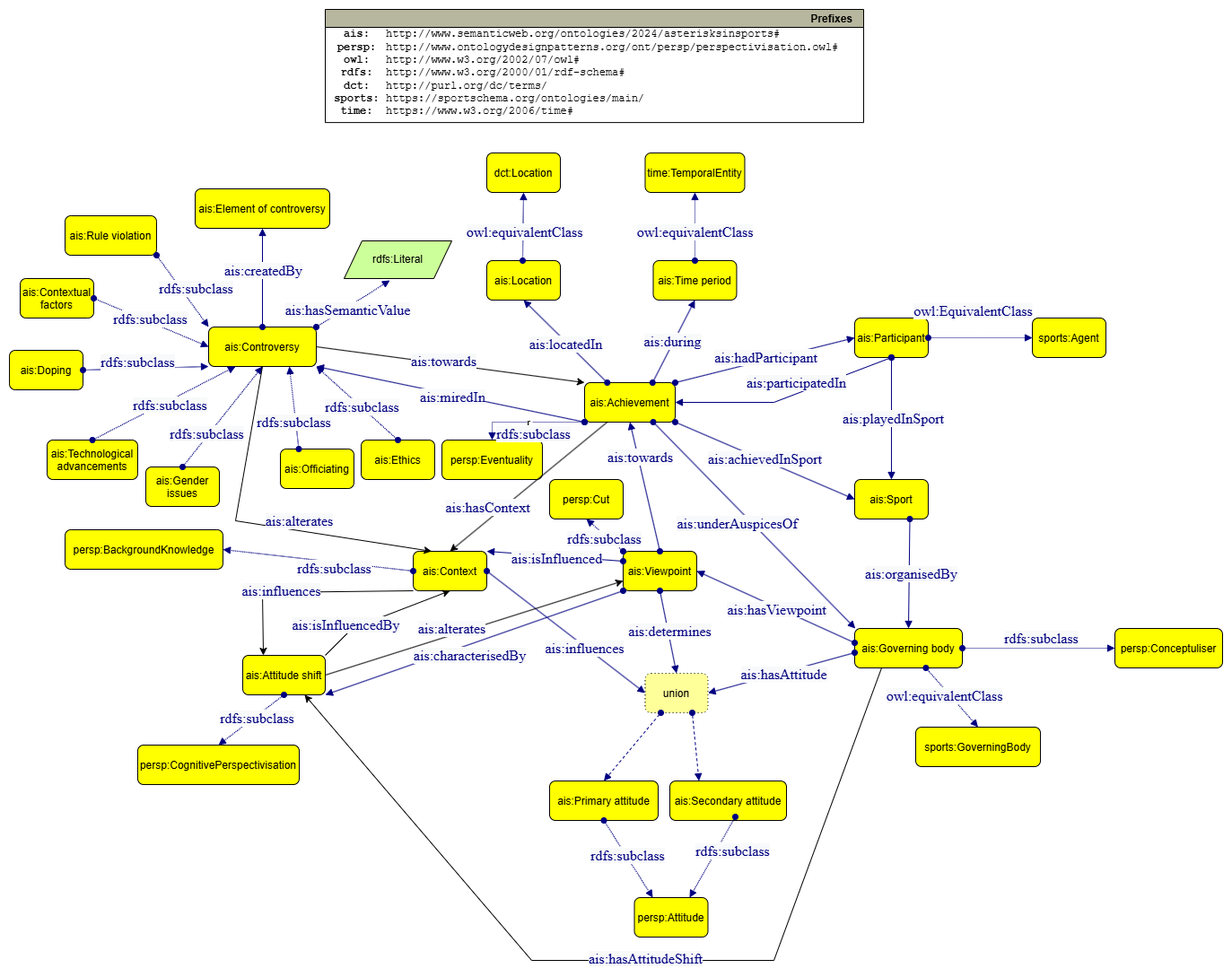
Above: img/ontologydiagram2.drawio.png in krzywonos/asterisks-in-sports (draw.io), before the change. Source tidied: cells renumbered, new cells last; positions are measured from the earlier drawing's top-left corner, leaving out a move shared by most shapes.
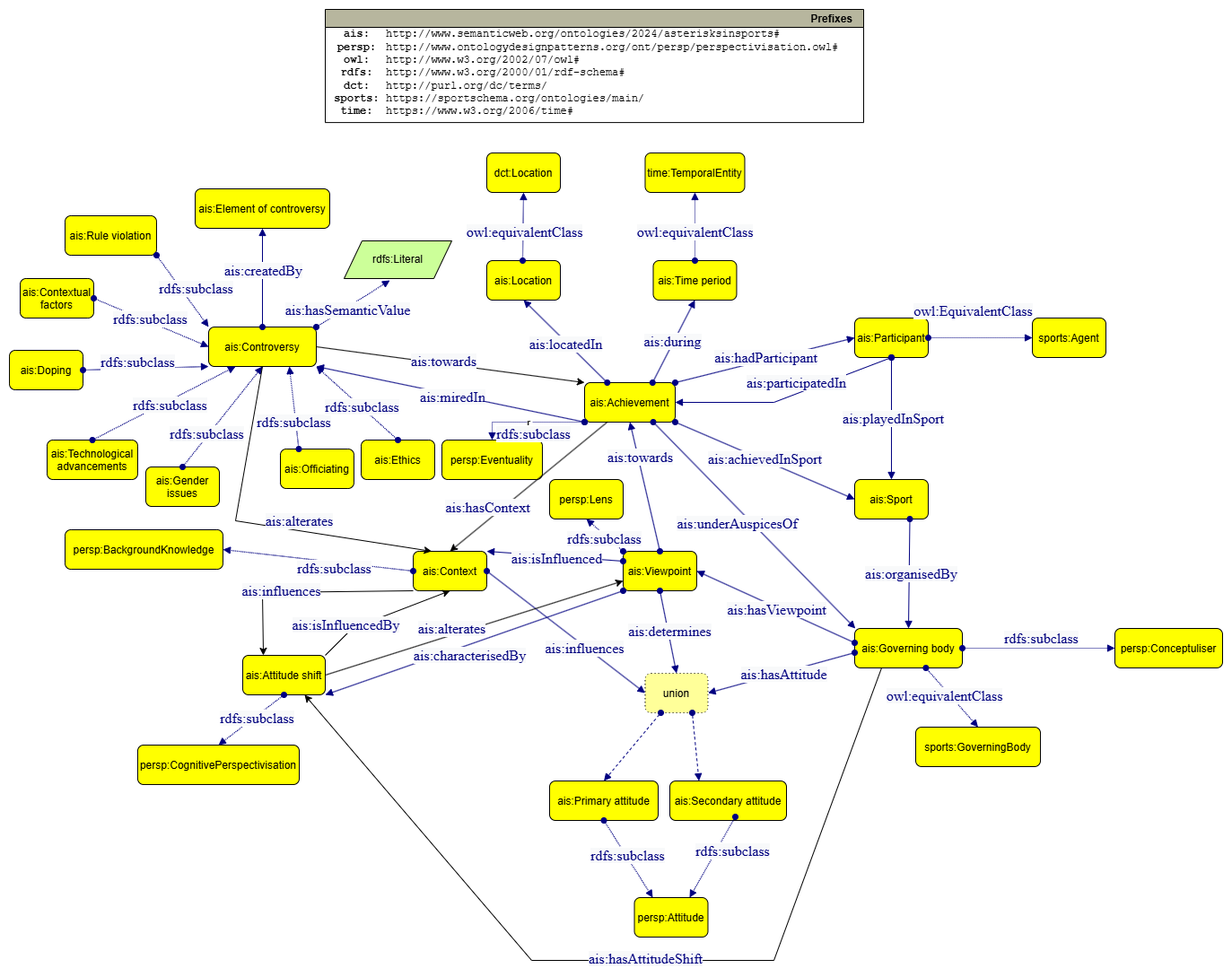
After the change.

Commit message:
updated index.html with Rubens remarks + minor updates to diagrams

The edit, as a diff of the source:
```diff
@@ -271,7 +271,7 @@
     <mxCell id="73" value="&lt;span style=&quot;color: rgb(0, 0, 128); font-family: dialog; font-size: 16px; background-color: rgb(248, 249, 250);&quot;&gt;ais:hasViewpoint&lt;/span&gt;" style="text;html=1;align=center;verticalAlign=middle;labelBackgroundColor=#ffffff;" parent="72" vertex="1">
       <mxGeometry x="-0.02" y="2" relative="1" as="geometry" />
     </mxCell>
-    <mxCell id="74" value="persp:Cut" style="graphMlID=n4;shape=rect;rounded=1;arcsize=30;fillColor=#ffff00;strokeColor=#000000;strokeWidth=1.0;" parent="1" vertex="1">
+    <mxCell id="74" value="persp:Lens" style="graphMlID=n4;shape=rect;rounded=1;arcsize=30;fillColor=#ffff00;strokeColor=#000000;strokeWidth=1.0;" parent="1" vertex="1">
       <mxGeometry x="602" y="524" width="82" height="44" as="geometry" />
     </mxCell>
     <mxCell id="75" style="graphMlID=e5;rounded=0;endArrow=block;strokeColor=#000080;dashed=1;dashPattern=1 1;strokeWidth=1.0;startArrow=oval;startFill=1;endFill=1;entryX=0.5;entryY=1;entryDx=0;entryDy=0;exitX=0;exitY=0;exitDx=0;exitDy=0;" parent="1" edge="1" source="69" target="74">
```
